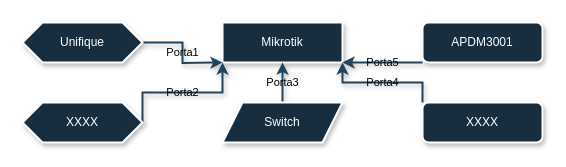
Before: DamayHavan.drawio.xml in TheBlues-27/DamayHavan, a draw.io diagram. Source tidied: cells renumbered, new cells numbered last; positions are measured from the earlier drawing's top-left corner, leaving out a move shared by most shapes. Both pictures are drawn from the tidied source at 100%, with x=0, y=0 at pixel (22, 22).
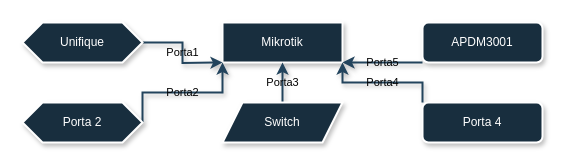
The same diagram, later.

Diff of the diagram source:
```diff
@@
 <mxGraphModel>
   <root>
     <mxCell id="0" />
     <mxCell id="1" parent="0" />
     <mxCell id="2" value="Mikrotik" style="rounded=0;whiteSpace=wrap;html=1;fillColor=#182E3E;strokeColor=#FFFFFF;labelBackgroundColor=none;strokeWidth=2;shadow=1;fontColor=#FFFFFF;" parent="1" vertex="1">
       <mxGeometry x="200" width="120" height="40" as="geometry" />
     </mxCell>
     <mxCell id="3" value="Porta5" style="edgeStyle=orthogonalEdgeStyle;rounded=0;jettySize=auto;html=1;exitX=0;exitY=1;exitDx=0;exitDy=0;entryX=1;entryY=1;entryDx=0;entryDy=0;strokeColor=#23445D;labelBackgroundColor=none;strokeWidth=2;shadow=1;fontColor=default;" parent="1" edge="1" source="4" target="2">
       <mxGeometry relative="1" as="geometry">
         <Array as="points">
           <mxPoint x="360" y="40" />
           <mxPoint x="360" y="40" />
         </Array>
       </mxGeometry>
     </mxCell>
     <mxCell id="4" value="APDM3001" style="rounded=1;whiteSpace=wrap;html=1;fillColor=#182E3E;strokeColor=#FFFFFF;labelBackgroundColor=none;strokeWidth=2;shadow=1;fontColor=#FFFFFF;" parent="1" vertex="1">
       <mxGeometry x="400" width="120" height="40" as="geometry" />
     </mxCell>
     <mxCell id="5" value="Porta1" style="edgeStyle=orthogonalEdgeStyle;rounded=0;jettySize=auto;html=1;exitX=1;exitY=0.5;exitDx=0;exitDy=0;strokeColor=#23445D;labelBackgroundColor=none;strokeWidth=2;shadow=1;fontColor=default;" parent="1" edge="1" source="6">
       <mxGeometry relative="1" as="geometry">
         <mxPoint x="200" y="40" as="targetPoint" />
       </mxGeometry>
     </mxCell>
     <mxCell id="6" value="Unifique" style="shape=hexagon;perimeter=hexagonPerimeter2;whiteSpace=wrap;html=1;fixedSize=1;fillColor=#182E3E;strokeColor=#FFFFFF;labelBackgroundColor=none;strokeWidth=2;shadow=1;fontColor=#FFFFFF;" parent="1" vertex="1">
       <mxGeometry width="120" height="40" as="geometry" />
     </mxCell>
     <mxCell id="7" value="Porta2" style="edgeStyle=orthogonalEdgeStyle;rounded=0;jettySize=auto;html=1;exitX=1;exitY=0.5;exitDx=0;exitDy=0;entryX=0;entryY=1;entryDx=0;entryDy=0;strokeColor=#23445D;labelBackgroundColor=none;strokeWidth=2;shadow=1;fontColor=default;" parent="1" edge="1" source="8" target="2">
       <mxGeometry relative="1" as="geometry">
         <Array as="points">
           <mxPoint x="120" y="70" />
           <mxPoint x="200" y="70" />
         </Array>
       </mxGeometry>
     </mxCell>
-    <mxCell id="8" value="XXXX" style="shape=hexagon;perimeter=hexagonPerimeter2;whiteSpace=wrap;html=1;fixedSize=1;fillColor=#182E3E;strokeColor=#FFFFFF;labelBackgroundColor=none;strokeWidth=2;shadow=1;fontColor=#FFFFFF;" parent="1" vertex="1">
+    <mxCell id="8" value="Porta 2" style="shape=hexagon;perimeter=hexagonPerimeter2;whiteSpace=wrap;html=1;fixedSize=1;fillColor=#182E3E;strokeColor=#FFFFFF;labelBackgroundColor=none;strokeWidth=2;shadow=1;fontColor=#FFFFFF;" parent="1" vertex="1">
       <mxGeometry y="80" width="120" height="40" as="geometry" />
     </mxCell>
     <mxCell id="9" value="Porta3" style="edgeStyle=orthogonalEdgeStyle;rounded=0;jettySize=auto;html=1;exitX=0.5;exitY=0;exitDx=0;exitDy=0;entryX=0.5;entryY=1;entryDx=0;entryDy=0;strokeColor=#23445D;labelBackgroundColor=none;strokeWidth=2;shadow=1;fontColor=default;" parent="1" edge="1" source="10" target="2">
       <mxGeometry relative="1" as="geometry" />
     </mxCell>
     <mxCell id="10" value="Switch" style="shape=parallelogram;perimeter=parallelogramPerimeter;whiteSpace=wrap;html=1;fixedSize=1;fillColor=#182E3E;strokeColor=#FFFFFF;labelBackgroundColor=none;strokeWidth=2;shadow=1;fontColor=#FFFFFF;" parent="1" vertex="1">
       <mxGeometry x="200" y="80" width="120" height="40" as="geometry" />
     </mxCell>
     <mxCell id="11" value="Porta4" style="edgeStyle=orthogonalEdgeStyle;rounded=0;jettySize=auto;html=1;exitX=0;exitY=0;exitDx=0;exitDy=0;entryX=1;entryY=1;entryDx=0;entryDy=0;strokeColor=#23445D;labelBackgroundColor=none;strokeWidth=2;shadow=1;fontColor=default;" parent="1" edge="1" source="12" target="2">
       <mxGeometry relative="1" as="geometry" />
     </mxCell>
-    <mxCell id="12" value="XXXX" style="rounded=1;whiteSpace=wrap;html=1;fillColor=#182E3E;strokeColor=#FFFFFF;labelBackgroundColor=none;strokeWidth=2;shadow=1;fontColor=#FFFFFF;" parent="1" vertex="1">
+    <mxCell id="12" value="Porta 4" style="rounded=1;whiteSpace=wrap;html=1;fillColor=#182E3E;strokeColor=#FFFFFF;labelBackgroundColor=none;strokeWidth=2;shadow=1;fontColor=#FFFFFF;" parent="1" vertex="1">
       <mxGeometry x="400" y="80" width="120" height="40" as="geometry" />
     </mxCell>
   </root>
 </mxGraphModel>
```
